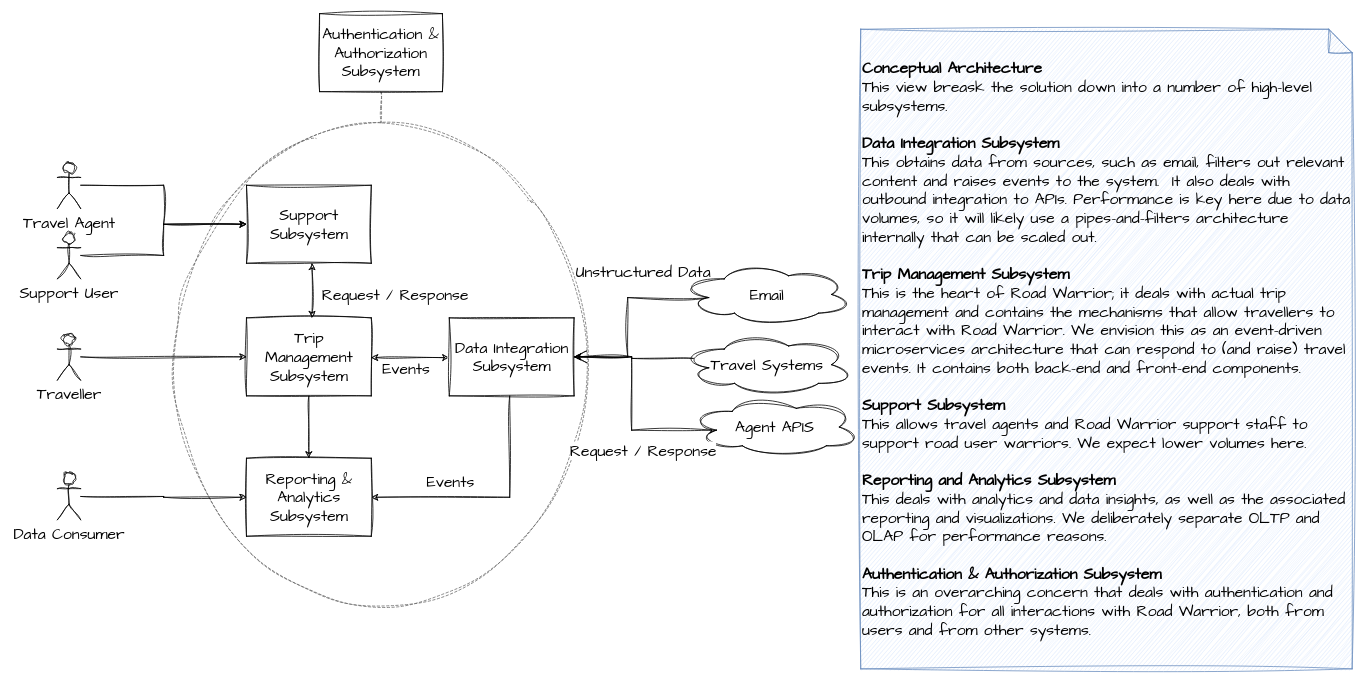
The draw.io diagram diagrams/Kata Architecture.drawio in nazir-dariel/RoadWarrior_TeamDarielSalties, before the edit. Source tidied: cells renumbered, new cells numbered last; positions are measured from the earlier drawing's top-left corner, leaving out a move shared by most shapes. Both pictures are drawn from the tidied source at 78%, with x=0, y=0 at pixel (57, 13).
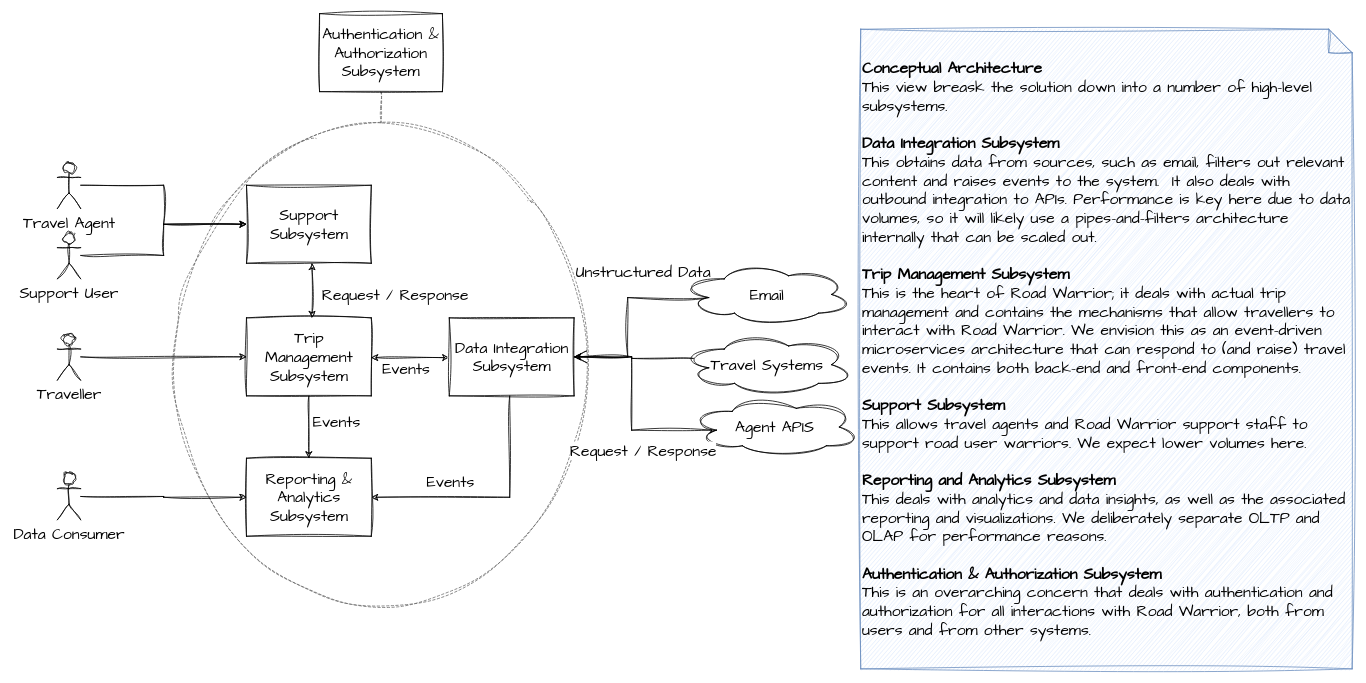
The same diagram, later.

Unchanged cells that the change refers to:
```xml
<mxCell id="4" style="edgeStyle=orthogonalEdgeStyle;rounded=0;sketch=1;hachureGap=4;jiggle=2;curveFitting=1;jettySize=auto;html=1;entryX=0.5;entryY=0;entryDx=0;entryDy=0;fontFamily=Architects Daughter;fontSize=16;" parent="1" edge="1" source="7" target="14">
  <mxGeometry relative="1" as="geometry" />
</mxCell>
```

Change to the diagram source:
```diff
@@
+    <mxCell id="33" value="Events" style="edgeLabel;html=1;align=center;verticalAlign=middle;fontSize=20;fontFamily=Architects Daughter;" parent="4" vertex="1">
+      <mxGeometry x="-0.2" y="2" relative="1" as="geometry">
+        <mxPoint x="33" as="offset" />
+      </mxGeometry>
+    </mxCell>
```
